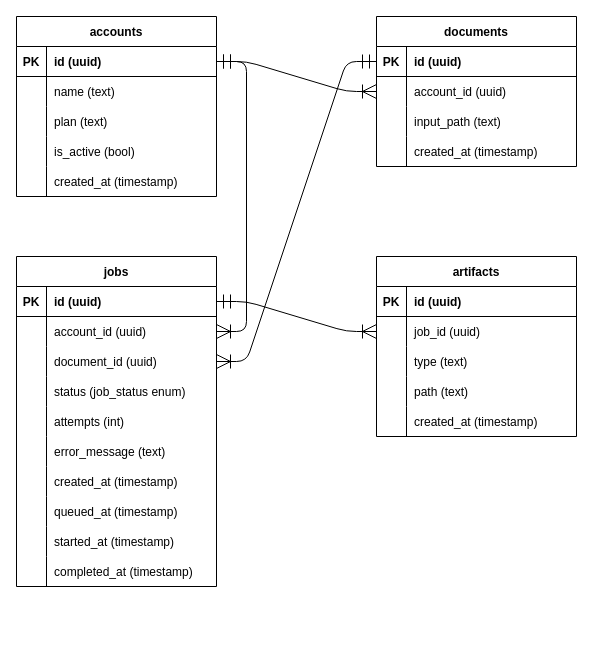
Before: page "ERD" (2 of 2) of docs/system.drawio in expConnor/async-doc-pipeline, a draw.io diagram. Source tidied: cells renumbered, new cells numbered last; positions are measured from the earlier drawing's top-left corner, leaving out a move shared by most shapes. Both pictures are drawn from the tidied source at 100%, with x=0, y=0 at pixel (16, 16).
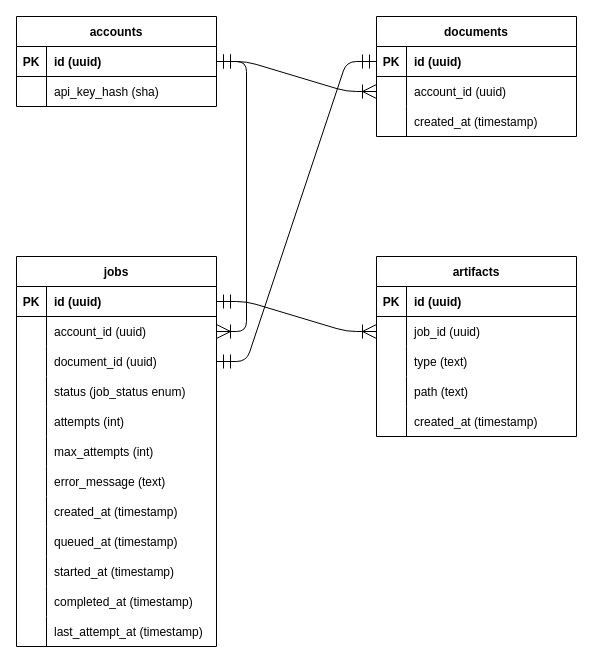
Above is the later version.

Commit message:
update data models

The change refers to these unchanged cells:
```xml
<mxCell id="6" style="shape=tableRow;horizontal=0;startSize=0;swimlaneHead=0;swimlaneBody=0;fillColor=none;strokeColor=inherit;top=0;left=0;right=0;bottom=0;" parent="2" vertex="1">
  <mxGeometry y="60" width="200" height="30" as="geometry" />
</mxCell>
<mxCell id="19" style="shape=tableRow;horizontal=0;startSize=0;swimlaneHead=0;swimlaneBody=0;fillColor=none;points=[[0,0.5],[1,0.5]];portConstraint=eastwest;strokeColor=inherit;top=0;left=0;right=0;bottom=1;" parent="18" vertex="1">
  <mxGeometry y="30" width="200" height="30" as="geometry" />
</mxCell>
<mxCell id="38" style="shape=tableRow;horizontal=0;startSize=0;swimlaneHead=0;swimlaneBody=0;fillColor=none;points=[[0,0.5],[1,0.5]];portConstraint=eastwest;strokeColor=inherit;top=0;left=0;right=0;bottom=0;" parent="31" vertex="1">
  <mxGeometry y="90" width="200" height="30" as="geometry" />
</mxCell>
```

Diff of the diagram source:
```diff
@@
     <mxCell id="2" value="accounts" style="shape=table;startSize=30;childLayout=tableLayout;rowLines=0;fontStyle=1;align=center;" parent="1" vertex="1">
-      <mxGeometry width="200" height="180" as="geometry" />
+      <mxGeometry width="200" height="90" as="geometry" />
     </mxCell>
@@
-    <mxCell id="8" value="name (text)" style="shape=partialRectangle;overflow=hidden;fillColor=none;align=left;strokeColor=inherit;top=0;left=0;bottom=0;right=0;spacingLeft=6;" parent="6" vertex="1">
+    <mxCell id="8" value="api_key_hash (sha)" style="shape=partialRectangle;overflow=hidden;fillColor=none;align=left;strokeColor=inherit;top=0;left=0;bottom=0;right=0;spacingLeft=6;" parent="6" vertex="1">
       <mxGeometry x="30" width="170" height="30" as="geometry" />
     </mxCell>
-    <mxCell id="9" style="shape=tableRow;horizontal=0;startSize=0;swimlaneHead=0;swimlaneBody=0;fillColor=none;strokeColor=inherit;top=0;left=0;right=0;bottom=0;" parent="2" vertex="1">
-      <mxGeometry y="90" width="200" height="30" as="geometry" />
-    </mxCell>
-    <mxCell id="10" style="shape=partialRectangle;overflow=hidden;fillColor=none;strokeColor=inherit;top=0;left=0;bottom=0;right=0;" parent="9" vertex="1">
-      <mxGeometry width="30" height="30" as="geometry" />
-    </mxCell>
-    <mxCell id="11" value="plan (text)" style="shape=partialRectangle;overflow=hidden;fillColor=none;align=left;strokeColor=inherit;top=0;left=0;bottom=0;right=0;spacingLeft=6;" parent="9" vertex="1">
-      <mxGeometry x="30" width="170" height="30" as="geometry" />
-    </mxCell>
-    <mxCell id="12" style="shape=tableRow;horizontal=0;startSize=0;swimlaneHead=0;swimlaneBody=0;fillColor=none;strokeColor=inherit;top=0;left=0;right=0;bottom=0;" parent="2" vertex="1">
-      <mxGeometry y="120" width="200" height="30" as="geometry" />
-    </mxCell>
-    <mxCell id="13" style="shape=partialRectangle;overflow=hidden;fillColor=none;strokeColor=inherit;top=0;left=0;bottom=0;right=0;" parent="12" vertex="1">
-      <mxGeometry width="30" height="30" as="geometry" />
-    </mxCell>
-    <mxCell id="14" value="is_active (bool)" style="shape=partialRectangle;overflow=hidden;fillColor=none;align=left;strokeColor=inherit;top=0;left=0;bottom=0;right=0;spacingLeft=6;" parent="12" vertex="1">
-      <mxGeometry x="30" width="170" height="30" as="geometry" />
-    </mxCell>
-    <mxCell id="15" style="shape=tableRow;horizontal=0;startSize=0;swimlaneHead=0;swimlaneBody=0;fillColor=none;strokeColor=inherit;top=0;left=0;right=0;bottom=0;" parent="2" vertex="1">
-      <mxGeometry y="150" width="200" height="30" as="geometry" />
-    </mxCell>
-    <mxCell id="16" style="shape=partialRectangle;overflow=hidden;fillColor=none;strokeColor=inherit;top=0;left=0;bottom=0;right=0;" parent="15" vertex="1">
-      <mxGeometry width="30" height="30" as="geometry" />
-    </mxCell>
-    <mxCell id="17" value="created_at (timestamp)" style="shape=partialRectangle;overflow=hidden;fillColor=none;align=left;strokeColor=inherit;top=0;left=0;bottom=0;right=0;spacingLeft=6;" parent="15" vertex="1">
-      <mxGeometry x="30" width="170" height="30" as="geometry" />
-    </mxCell>
     <mxCell id="18" value="documents" style="shape=table;startSize=30;childLayout=tableLayout;rowLines=0;fontStyle=1;align=center;" parent="1" vertex="1">
-      <mxGeometry x="360" width="200" height="150" as="geometry" />
+      <mxGeometry x="360" width="200" height="120" as="geometry" />
     </mxCell>
@@
-    <mxCell id="25" style="shape=tableRow;horizontal=0;startSize=0;swimlaneHead=0;swimlaneBody=0;fillColor=none;strokeColor=inherit;top=0;left=0;right=0;bottom=0;" parent="18" vertex="1">
-      <mxGeometry y="90" width="200" height="30" as="geometry" />
-    </mxCell>
-    <mxCell id="26" style="shape=partialRectangle;overflow=hidden;fillColor=none;strokeColor=inherit;top=0;left=0;bottom=0;right=0;" parent="25" vertex="1">
-      <mxGeometry width="30" height="30" as="geometry" />
-    </mxCell>
-    <mxCell id="27" value="input_path (text)" style="shape=partialRectangle;overflow=hidden;fillColor=none;align=left;strokeColor=inherit;top=0;left=0;bottom=0;right=0;spacingLeft=6;" parent="25" vertex="1">
-      <mxGeometry x="30" width="170" height="30" as="geometry" />
-    </mxCell>
     <mxCell id="28" style="shape=tableRow;horizontal=0;startSize=0;swimlaneHead=0;swimlaneBody=0;fillColor=none;strokeColor=inherit;top=0;left=0;right=0;bottom=0;" parent="18" vertex="1">
-      <mxGeometry y="120" width="200" height="30" as="geometry" />
+      <mxGeometry y="90" width="200" height="30" as="geometry" />
     </mxCell>
@@
     <mxCell id="31" value="jobs" style="shape=table;startSize=30;childLayout=tableLayout;rowLines=0;fontStyle=1;align=center;" parent="1" vertex="1">
-      <mxGeometry y="240" width="200" height="330" as="geometry" />
+      <mxGeometry y="240" width="200" height="390" as="geometry" />
     </mxCell>
@@
+    <mxCell id="82" style="shape=tableRow;horizontal=0;startSize=0;swimlaneHead=0;swimlaneBody=0;fillColor=none;strokeColor=inherit;top=0;left=0;right=0;bottom=0;" parent="31" vertex="1">
+      <mxGeometry y="180" width="200" height="30" as="geometry" />
+    </mxCell>
+    <mxCell id="83" style="shape=partialRectangle;overflow=hidden;fillColor=none;strokeColor=inherit;top=0;left=0;bottom=0;right=0;" parent="82" vertex="1">
+      <mxGeometry width="30" height="30" as="geometry" />
+    </mxCell>
+    <mxCell id="84" value="max_attempts (int)" style="shape=partialRectangle;overflow=hidden;fillColor=none;align=left;strokeColor=inherit;top=0;left=0;bottom=0;right=0;spacingLeft=6;" parent="82" vertex="1">
+      <mxGeometry x="30" width="170" height="30" as="geometry" />
+    </mxCell>
     <mxCell id="47" style="shape=tableRow;horizontal=0;startSize=0;swimlaneHead=0;swimlaneBody=0;fillColor=none;strokeColor=inherit;top=0;left=0;right=0;bottom=0;" parent="31" vertex="1">
-      <mxGeometry y="180" width="200" height="30" as="geometry" />
+      <mxGeometry y="210" width="200" height="30" as="geometry" />
     </mxCell>
@@
     <mxCell id="50" style="shape=tableRow;horizontal=0;startSize=0;swimlaneHead=0;swimlaneBody=0;fillColor=none;strokeColor=inherit;top=0;left=0;right=0;bottom=0;" parent="31" vertex="1">
-      <mxGeometry y="210" width="200" height="30" as="geometry" />
+      <mxGeometry y="240" width="200" height="30" as="geometry" />
     </mxCell>
@@
     <mxCell id="53" style="shape=tableRow;horizontal=0;startSize=0;swimlaneHead=0;swimlaneBody=0;fillColor=none;strokeColor=inherit;top=0;left=0;right=0;bottom=0;" parent="31" vertex="1">
-      <mxGeometry y="240" width="200" height="30" as="geometry" />
+      <mxGeometry y="270" width="200" height="30" as="geometry" />
     </mxCell>
@@
     <mxCell id="56" style="shape=tableRow;horizontal=0;startSize=0;swimlaneHead=0;swimlaneBody=0;fillColor=none;strokeColor=inherit;top=0;left=0;right=0;bottom=0;" parent="31" vertex="1">
-      <mxGeometry y="270" width="200" height="30" as="geometry" />
+      <mxGeometry y="300" width="200" height="30" as="geometry" />
     </mxCell>
@@
     <mxCell id="59" style="shape=tableRow;horizontal=0;startSize=0;swimlaneHead=0;swimlaneBody=0;fillColor=none;strokeColor=inherit;top=0;left=0;right=0;bottom=0;" parent="31" vertex="1">
-      <mxGeometry y="300" width="200" height="30" as="geometry" />
+      <mxGeometry y="330" width="200" height="30" as="geometry" />
     </mxCell>
@@
+    <mxCell id="85" style="shape=tableRow;horizontal=0;startSize=0;swimlaneHead=0;swimlaneBody=0;fillColor=none;strokeColor=inherit;top=0;left=0;right=0;bottom=0;" parent="31" vertex="1">
+      <mxGeometry y="360" width="200" height="30" as="geometry" />
+    </mxCell>
+    <mxCell id="86" style="shape=partialRectangle;overflow=hidden;fillColor=none;strokeColor=inherit;top=0;left=0;bottom=0;right=0;" parent="85" vertex="1">
+      <mxGeometry width="30" height="30" as="geometry" />
+    </mxCell>
+    <mxCell id="87" value="last_attempt_at (timestamp)" style="shape=partialRectangle;overflow=hidden;fillColor=none;align=left;strokeColor=inherit;top=0;left=0;bottom=0;right=0;spacingLeft=6;" parent="85" vertex="1">
+      <mxGeometry x="30" width="170" height="30" as="geometry" />
+    </mxCell>
@@
-    <mxCell id="80" style="edgeStyle=entityRelationEdgeStyle;fontSize=12;html=1;endArrow=ERoneToMany;startArrow=ERmandOne;rounded=1;endFill=0;endSize=12;startSize=12;curved=0;" parent="1" edge="1" source="19" target="38">
+    <mxCell id="80" style="edgeStyle=entityRelationEdgeStyle;fontSize=12;html=1;endArrow=ERmandOne;startArrow=ERmandOne;rounded=1;endFill=0;endSize=12;startSize=12;curved=0;" parent="1" edge="1" source="19" target="38">
       <mxGeometry relative="1" as="geometry" />
     </mxCell>
```
